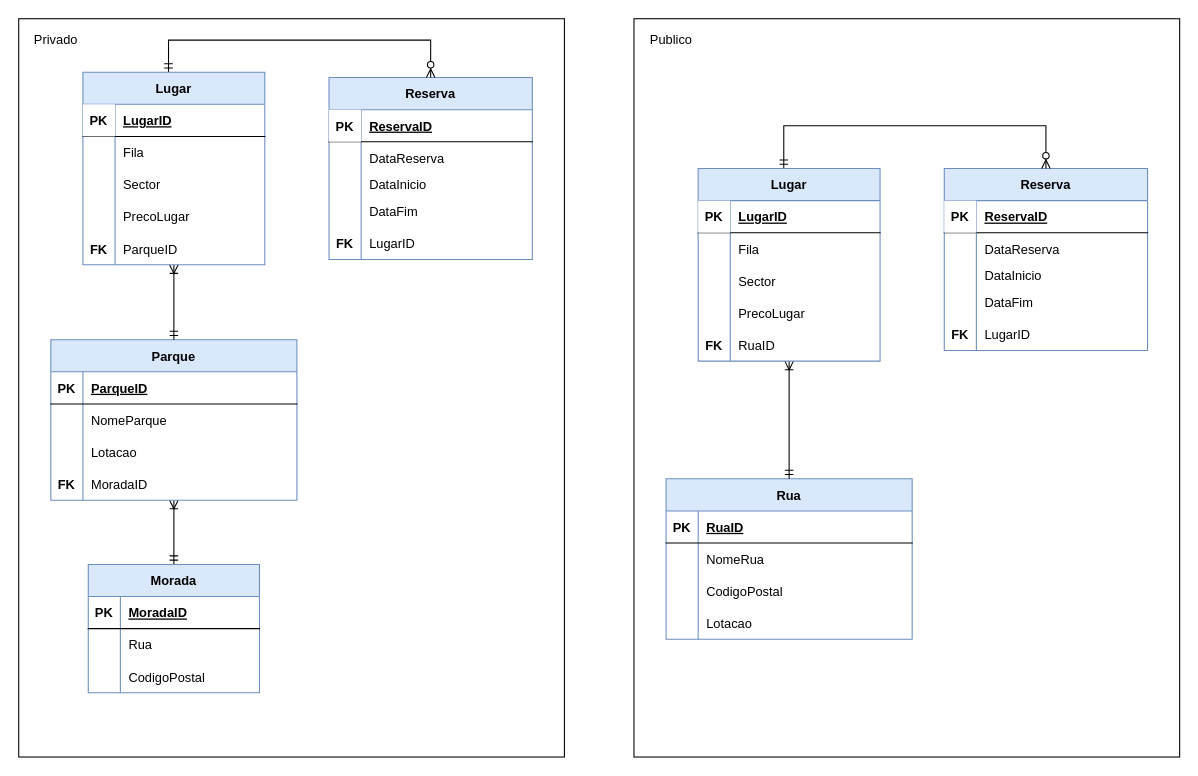
Earlier version of the draw.io diagram ERSmartParkingSprint2.drawio (PauloTor/UPskillDOTNET). Source tidied: cells renumbered, new cells numbered last; positions are measured from the earlier drawing's top-left corner, leaving out a move shared by most shapes. Both pictures are drawn from the tidied source at 107%, with x=0, y=0 at pixel (18, 18).
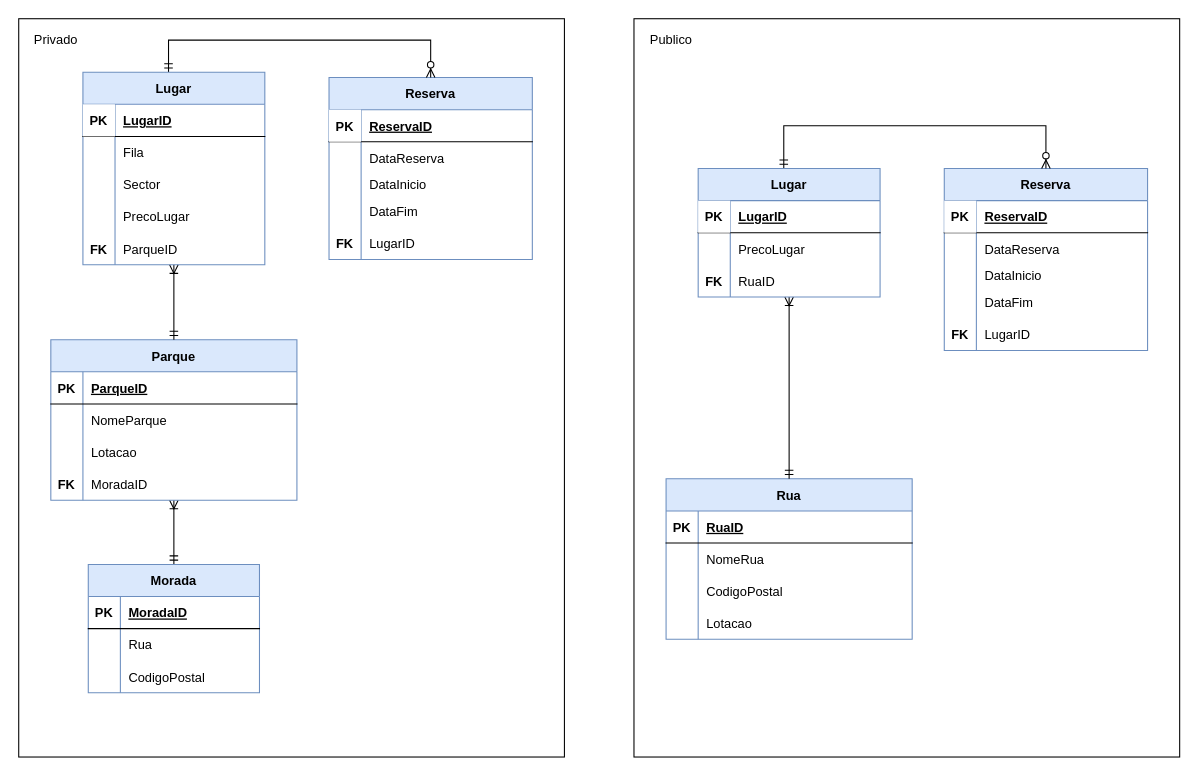
The same page after the edit.

Commit message (it also covers changes not shown here):
retirar fila e setor do model lugar

Change to the diagram source:
```diff
@@
     <mxCell id="94" value="Lugar" style="shape=table;startSize=30;childLayout=tableLayout;rowLines=0;fontStyle=1;align=center;fillColor=#dae8fc;strokeColor=#6c8ebf;" parent="1" vertex="1">
-      <mxGeometry x="635" y="140" width="170" height="180" as="geometry" />
+      <mxGeometry x="635" y="140" width="170" height="120" as="geometry" />
     </mxCell>
@@
-    <mxCell id="98" style="shape=partialRectangle;fillColor=none;top=0;left=0;right=0;bottom=0;" parent="94" vertex="1">
-      <mxGeometry y="60" width="170" height="30" as="geometry" />
-    </mxCell>
-    <mxCell id="99" style="shape=partialRectangle;overflow=hidden;fillColor=none;top=0;left=0;bottom=0;right=0;" parent="98" vertex="1">
-      <mxGeometry width="30" height="30" as="geometry" />
-    </mxCell>
-    <mxCell id="100" value="Fila" style="shape=partialRectangle;overflow=hidden;fillColor=none;top=0;left=0;bottom=0;right=0;align=left;spacingLeft=6;" parent="98" vertex="1">
-      <mxGeometry x="30" width="140" height="30" as="geometry" />
-    </mxCell>
-    <mxCell id="101" style="shape=partialRectangle;fillColor=none;top=0;left=0;bottom=0;right=0;" parent="94" vertex="1">
-      <mxGeometry y="90" width="170" height="30" as="geometry" />
-    </mxCell>
-    <mxCell id="102" style="shape=partialRectangle;fillColor=none;top=0;left=0;bottom=0;right=0;overflow=hidden;" parent="101" vertex="1">
-      <mxGeometry width="30" height="30" as="geometry" />
-    </mxCell>
-    <mxCell id="103" value="Sector" style="shape=partialRectangle;fillColor=none;top=0;left=0;bottom=0;right=0;align=left;spacingLeft=6;overflow=hidden;" parent="101" vertex="1">
-      <mxGeometry x="30" width="140" height="30" as="geometry" />
-    </mxCell>
     <mxCell id="104" style="shape=partialRectangle;fillColor=none;top=0;left=0;bottom=0;right=0;" parent="94" vertex="1">
-      <mxGeometry y="120" width="170" height="30" as="geometry" />
+      <mxGeometry y="60" width="170" height="30" as="geometry" />
     </mxCell>
@@
     <mxCell id="107" style="shape=partialRectangle;fillColor=none;top=0;left=0;bottom=0;right=0;" parent="94" vertex="1">
-      <mxGeometry y="150" width="170" height="30" as="geometry" />
+      <mxGeometry y="90" width="170" height="30" as="geometry" />
     </mxCell>
```
